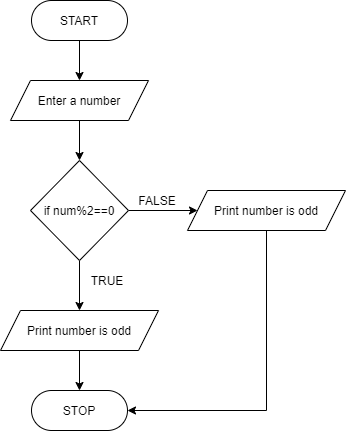
VishalSahu/Flowcharts keeps this draw.io diagram as oddevenfun.png. Above is the earlier version. Source tidied: cells renumbered, new cells last; positions are measured from the earlier drawing's top-left corner, leaving out a move shared by most shapes.
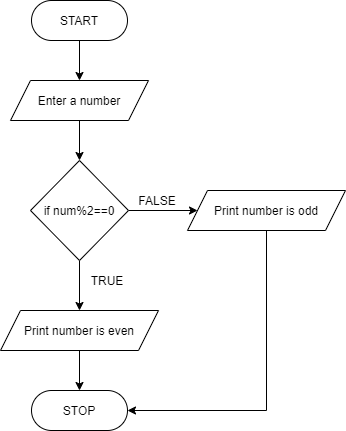
The same file after the commit.

Diff of the diagram source:
```diff
@@ -26,7 +26,7 @@
     <mxCell id="9" style="edgeStyle=orthogonalEdgeStyle;rounded=0;jettySize=auto;html=1;exitX=0.5;exitY=1;exitDx=0;exitDy=0;" parent="1" edge="1" source="10" target="13">
       <mxGeometry relative="1" as="geometry" />
     </mxCell>
-    <mxCell id="10" value="Print number is odd" style="shape=parallelogram;perimeter=parallelogramPerimeter;whiteSpace=wrap;html=1;fixedSize=1;" parent="1" vertex="1">
+    <mxCell id="10" value="Print number is even" style="shape=parallelogram;perimeter=parallelogramPerimeter;whiteSpace=wrap;html=1;fixedSize=1;" parent="1" vertex="1">
       <mxGeometry y="310" width="158" height="40" as="geometry" />
     </mxCell>
     <mxCell id="11" style="edgeStyle=orthogonalEdgeStyle;rounded=0;jettySize=auto;html=1;exitX=0.5;exitY=1;exitDx=0;exitDy=0;entryX=1;entryY=0.5;entryDx=0;entryDy=0;" parent="1" edge="1" source="12" target="13">
```
